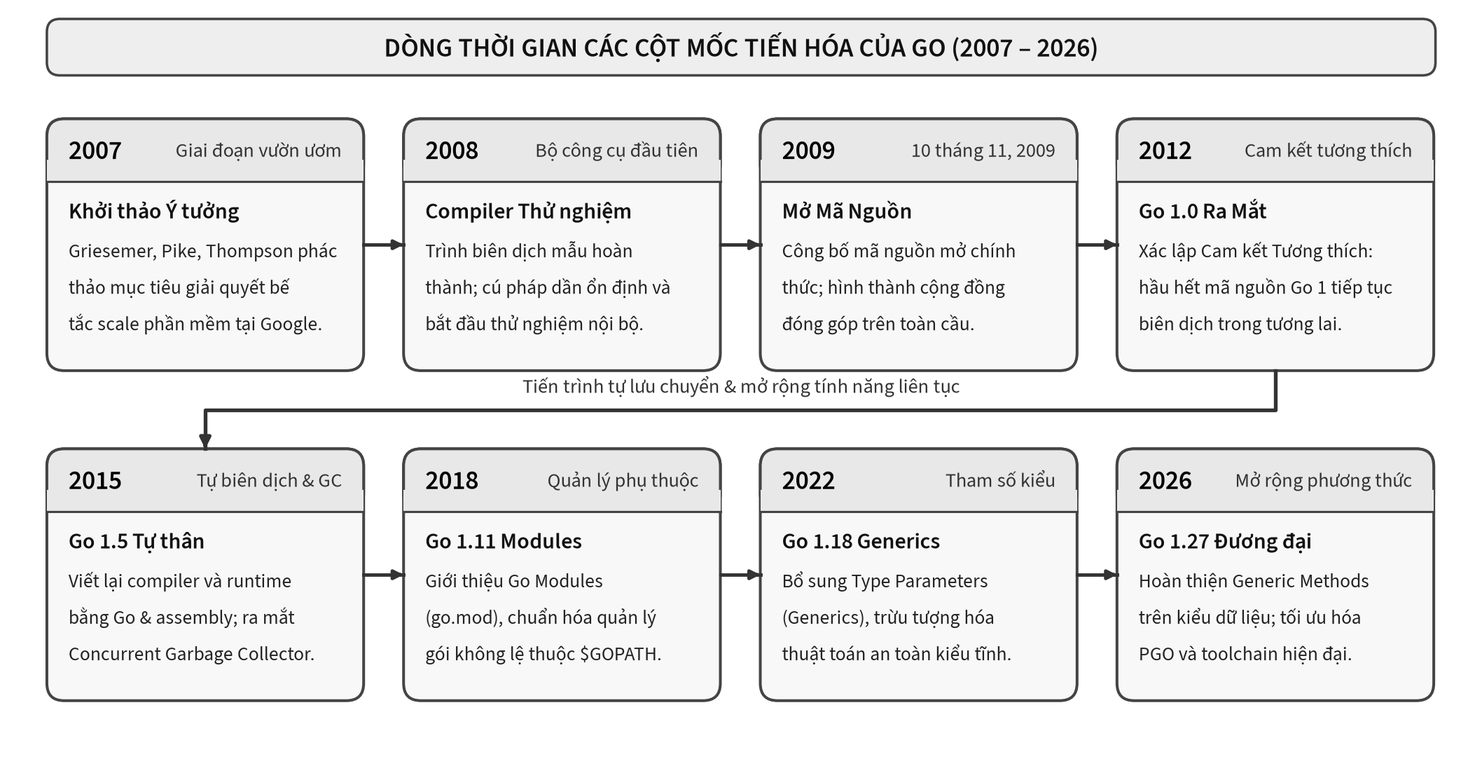
Before: assets/diagrams/go-history-timeline.png, a diagram exported from PlantUML (Minhlike/Golang). Its source is kept beside it as assets/diagrams/go-history-timeline.puml.
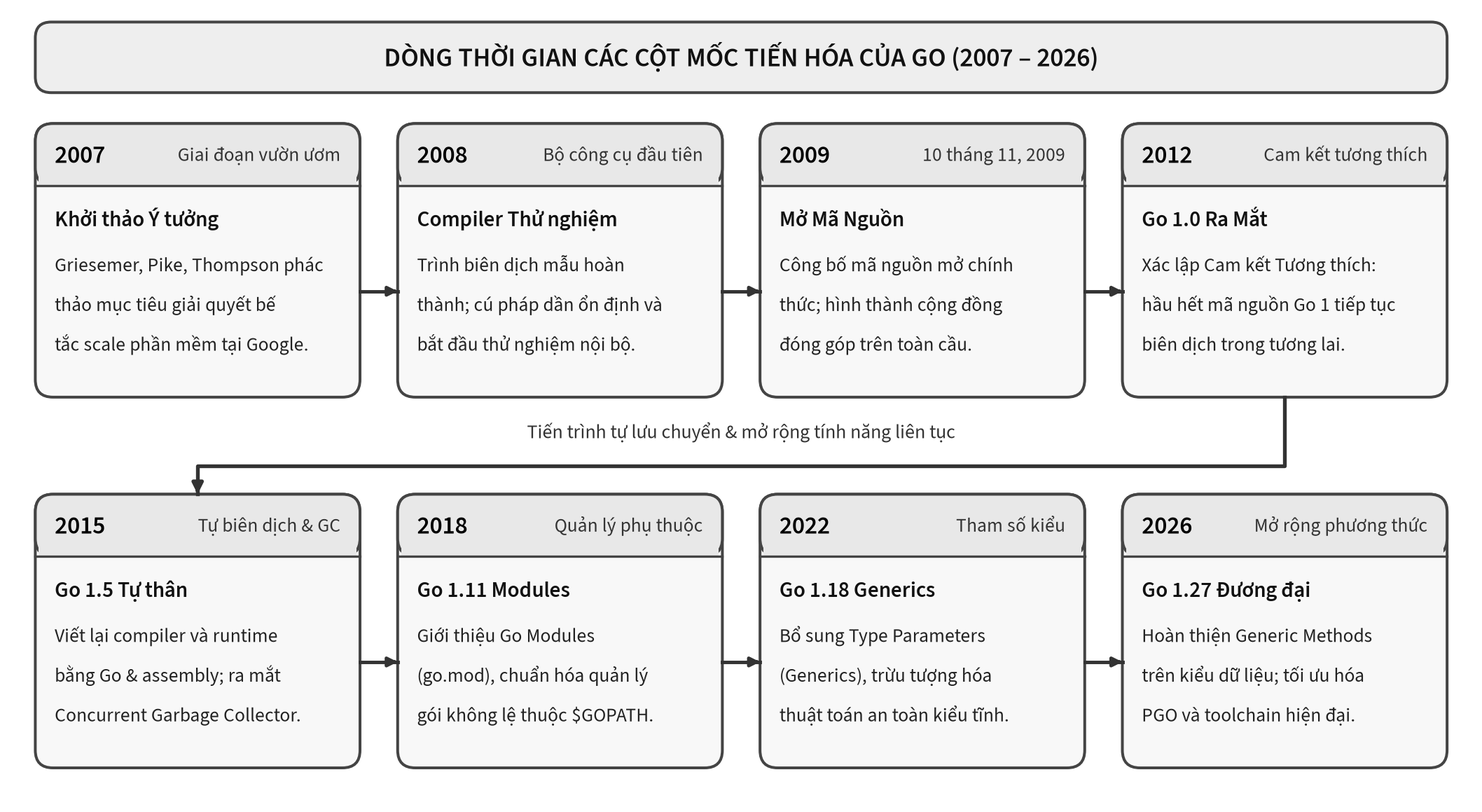
After the commit.

The edit, as a diff of the source:
```diff
@@ -2,37 +2,23 @@
 skinparam backgroundColor white
 skinparam shadowing false
 skinparam defaultFontName "Source Sans 3"
-skinparam defaultFontSize 14
+skinparam defaultFontSize 13
 skinparam defaultFontColor #000000
-
-skinparam rectangle {
-  BackgroundColor #F8F8F8
-  BorderColor #444444
-  FontColor #000000
-  RoundCorner 4
-}
-
-skinparam arrowColor #333333
-skinparam ArrowThickness 1.1
-
 title DÒNG THỜI GIAN CÁC CỘT MỐC TIẾN HÓA CỦA GO (2007 – 2026)
 
-rectangle "2007: Khởi thảo Ý tưởng\n---\nPhác thảo mục tiêu giải quyết\nbế tắc scale tại Google" as y2007
-rectangle "2008: Compiler Thử nghiệm\n---\nTrình biên dịch mẫu;\ncú pháp ngôn ngữ dần ổn định" as y2008
-rectangle "2009: Mở Mã Nguồn\n---\nCông bố mã nguồn mở (10/11/2009)\nCộng đồng toàn cầu tham gia" as y2009
-rectangle "2012: Go 1.0 Ra Mắt\n---\nCam kết tương thích dài hạn\n(Go 1 Compatibility Promise)" as y2012
-
-rectangle "2015: Go 1.5 Tự thân\n---\nCompiler/runtime viết bằng Go & asm\nConcurrent Garbage Collector" as y2015
-rectangle "2018: Go 1.11 Modules\n---\nQuản lý phụ thuộc chuẩn hóa (go.mod)\nGiải phóng khỏi $GOPATH" as y2018
-rectangle "2022: Go 1.18 Generics\n---\nBổ sung Tham số kiểu (Generics)\nTrừu tượng hóa an toàn kiểu tĩnh" as y2022
-rectangle "2026: Go 1.27 Đương đại\n---\nGeneric Methods trên kiểu dữ liệu\nTối ưu hóa PGO & toolchain hiện đại" as y2026
+rectangle "2007: Khởi thảo Ý tưởng (Giai đoạn vườn ươm)\n---\nGriesemer, Pike, Thompson phác thảo mục tiêu giải quyết bế tắc scale phần mềm tại Google." as y2007
+rectangle "2008: Compiler Thử nghiệm (Bộ công cụ đầu tiên)\n---\nTrình biên dịch mẫu hoàn thành; cú pháp dần ổn định và bắt đầu thử nghiệm nội bộ." as y2008
+rectangle "2009: Mở Mã Nguồn (10 tháng 11, 2009)\n---\nCông bố mã nguồn mở chính thức; hình thành cộng đồng đóng góp trên toàn cầu." as y2009
+rectangle "2012: Go 1.0 Ra Mắt (Cam kết tương thích)\n---\nXác lập Cam kết Tương thích: hầu hết mã nguồn Go 1 tiếp tục biên dịch trong tương lai." as y2012
+rectangle "2015: Go 1.5 Tự thân (Tự biên dịch & GC)\n---\nViết lại compiler và runtime bằng Go & assembly; ra mắt Concurrent Garbage Collector." as y2015
+rectangle "2018: Go 1.11 Modules (Quản lý phụ thuộc)\n---\nGiới thiệu Go Modules (go.mod), chuẩn hóa quản lý gói không lệ thuộc $GOPATH." as y2018
+rectangle "2022: Go 1.18 Generics (Tham số kiểu)\n---\nBổ sung Type Parameters (Generics), trừu tượng hóa thuật toán an toàn kiểu tĩnh." as y2022
+rectangle "2026: Go 1.27 Đương đại (Mở rộng phương thức)\n---\nHoàn thiện Generic Methods trên kiểu dữ liệu; tối ưu hóa PGO và toolchain hiện đại." as y2026
 
 y2007 -right-> y2008
 y2008 -right-> y2009
 y2009 -right-> y2012
-
-y2012 --> y2015 : Tiến trình tự lưu chuyển & mở rộng
-
+y2012 --> y2015 : Tiến trình tự lưu chuyển & mở rộng tính năng liên tục
 y2015 -right-> y2018
 y2018 -right-> y2022
 y2022 -right-> y2026
```
